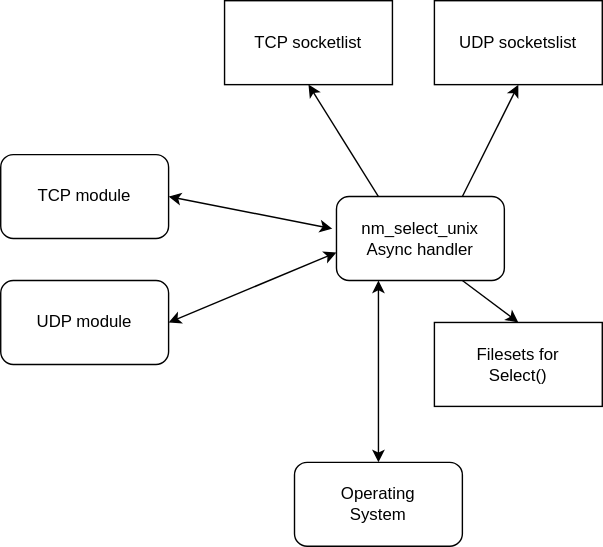
This is doc/images/udp_tcp_functions_module.svg from nabto/nabto-embedded-sdk, a draw.io export, as it was before one commit. Source tidied: cells renumbered, new cells last; positions are measured from the earlier drawing's top-left corner, leaving out a move shared by most shapes.
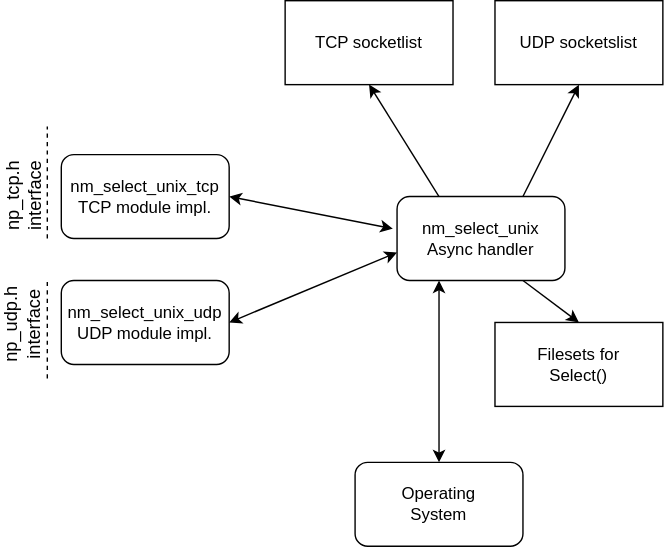
Above is the later version.

Diff of the diagram source:
```diff
@@ -17,10 +17,10 @@
     <mxCell id="6" value="Filesets for&lt;br&gt;Select()" style="rounded=0;whiteSpace=wrap;html=1;" parent="1" vertex="1">
       <mxGeometry x="310" y="230" width="120" height="60" as="geometry" />
     </mxCell>
-    <mxCell id="7" value="TCP module" style="rounded=1;whiteSpace=wrap;html=1;" parent="1" vertex="1">
+    <mxCell id="7" value="nm_select_unix_tcp&lt;br&gt;TCP module impl." style="rounded=1;whiteSpace=wrap;html=1;" parent="1" vertex="1">
       <mxGeometry y="110" width="120" height="60" as="geometry" />
     </mxCell>
-    <mxCell id="8" value="UDP module" style="rounded=1;whiteSpace=wrap;html=1;" parent="1" vertex="1">
+    <mxCell id="8" value="nm_select_unix_udp&lt;br&gt;UDP module impl." style="rounded=1;whiteSpace=wrap;html=1;" parent="1" vertex="1">
       <mxGeometry y="200" width="120" height="60" as="geometry" />
     </mxCell>
     <mxCell id="9" style="endArrow=classic;startArrow=classic;html=1;exitX=1;exitY=0.5;exitDx=0;exitDy=0;entryX=-0.025;entryY=0.383;entryDx=0;entryDy=0;entryPerimeter=0;" parent="1" edge="1" source="7" target="5">
@@ -43,5 +43,27 @@
     <mxCell id="14" style="endArrow=classic;startArrow=classic;html=1;entryX=0.25;entryY=1;entryDx=0;entryDy=0;exitX=0.5;exitY=0;exitDx=0;exitDy=0;" parent="1" edge="1" source="2" target="5">
       <mxGeometry relative="1" as="geometry" />
     </mxCell>
+    <mxCell id="15" style="endArrow=none;dashed=1;html=1;" parent="1" edge="1">
+      <mxGeometry relative="1" as="geometry">
+        <mxPoint x="-10" y="170" as="sourcePoint" />
+        <mxPoint x="-10" y="90" as="targetPoint" />
+      </mxGeometry>
+    </mxCell>
+    <mxCell id="16" value="np_tcp.h&lt;br style=&quot;font-size: 13px;&quot;&gt;interface" style="edgeLabel;html=1;align=center;verticalAlign=middle;horizontal=0;fontSize=13;" parent="15" vertex="1">
+      <mxGeometry x="-0.6" y="-1" relative="1" as="geometry">
+        <mxPoint x="-19" y="-13" as="offset" />
+      </mxGeometry>
+    </mxCell>
+    <mxCell id="17" style="endArrow=none;dashed=1;html=1;" parent="1" edge="1">
+      <mxGeometry relative="1" as="geometry">
+        <mxPoint x="-10" y="270" as="sourcePoint" />
+        <mxPoint x="-10" y="200" as="targetPoint" />
+      </mxGeometry>
+    </mxCell>
+    <mxCell id="18" value="np_udp.h&lt;br style=&quot;font-size: 13px&quot;&gt;interface" style="edgeLabel;html=1;align=center;verticalAlign=middle;horizontal=0;fontSize=13;" parent="1" vertex="1">
+      <mxGeometry x="-3" y="290" as="geometry">
+        <mxPoint x="-26" y="57" as="offset" />
+      </mxGeometry>
+    </mxCell>
   </root>
 </mxGraphModel>
```
